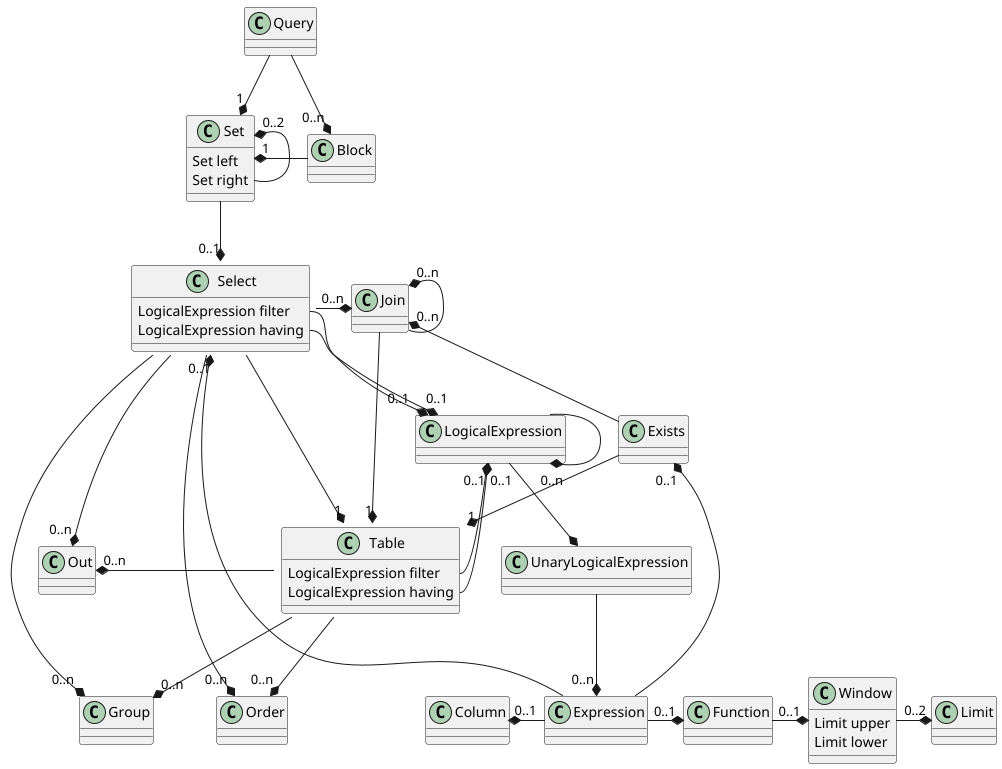
Earlier version of the PlantUML export docs/INTERMEDIATE_MODEL.png (koryki-java/core). Its diagram source:
```plantuml
@startuml

class Block {
}

class Column {
}

class Exists {
}

class Expression {
}

class Function {
}

class Group {
}

class Join {
}

class Limit {
}

class LogicalExpression {
}

class Order {
}

class Out {
}

class Query {
}

class Select {
LogicalExpression filter
LogicalExpression having
}

class Set {
Set left
Set right
}

class Table {
LogicalExpression filter
LogicalExpression having
}

class UnaryLogicalExpression {
}

class Window {
Limit upper
Limit lower
}

Block -left-* "1" Set

Set -l-* "0..2" Set

Set --*  "0..1" Select

Query --* "0..n" Block

Query --* "1" Set

Select -d-* "1" Table

Select -r-* "0..n" Join
Select --* "0..n" Out
Select --* "0..n" Order
Select --* "0..n" Group

Select::filter -d-* "0..1" LogicalExpression
Select::having -d-* "0..1" LogicalExpression

Join -u-* "0..n" Join
Join -d-* "1" Table

Exists -u-* "0..n" Join
Exists -d-* "1" Table


Table -l-* "0..n" Out
Table --* "0..n" Order
Table --* "0..n" Group

Table::filter -l-* "0..1" LogicalExpression
Table::having -l-* "0..1" LogicalExpression

LogicalExpression --* "0..n" LogicalExpression
LogicalExpression -d-* UnaryLogicalExpression

UnaryLogicalExpression --* "0..n" Expression

Expression -l-* "0..1" Column
Expression -u-* "0..1" Select
Expression -u-* "0..1" Exists
Expression -r-* "0..1" Function

Function -r-* "0..1" Window

Window -r-* "0..2" Limit
@enduml
```
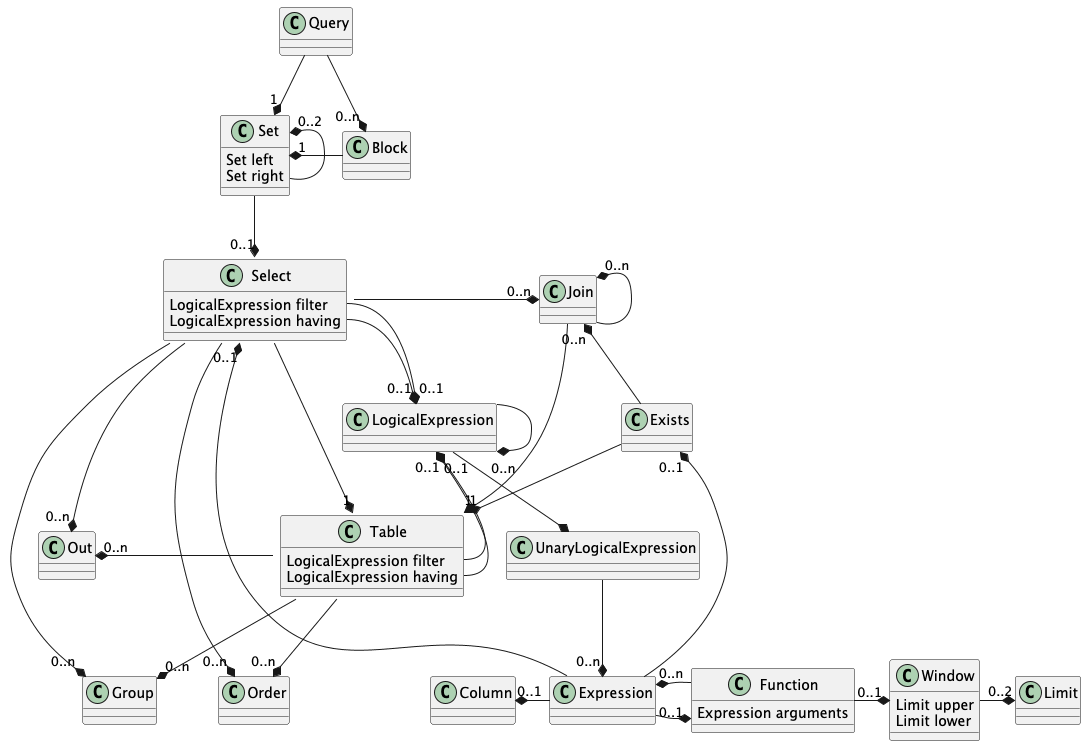
After the change.

Commit message:
INTERMEDIATE_MODEL.plantuml, add function arguments

Change to the diagram source:
```diff
@@ -13,6 +13,7 @@
 }
 
 class Function {
+Expression arguments
 }
 
 class Group {
@@ -103,6 +104,8 @@
 Expression -u-* "0..1" Exists
 Expression -r-* "0..1" Function
 
+Function -l-* "0..n" Expression
+
 Function -r-* "0..1" Window
 
 Window -r-* "0..2" Limit
```
